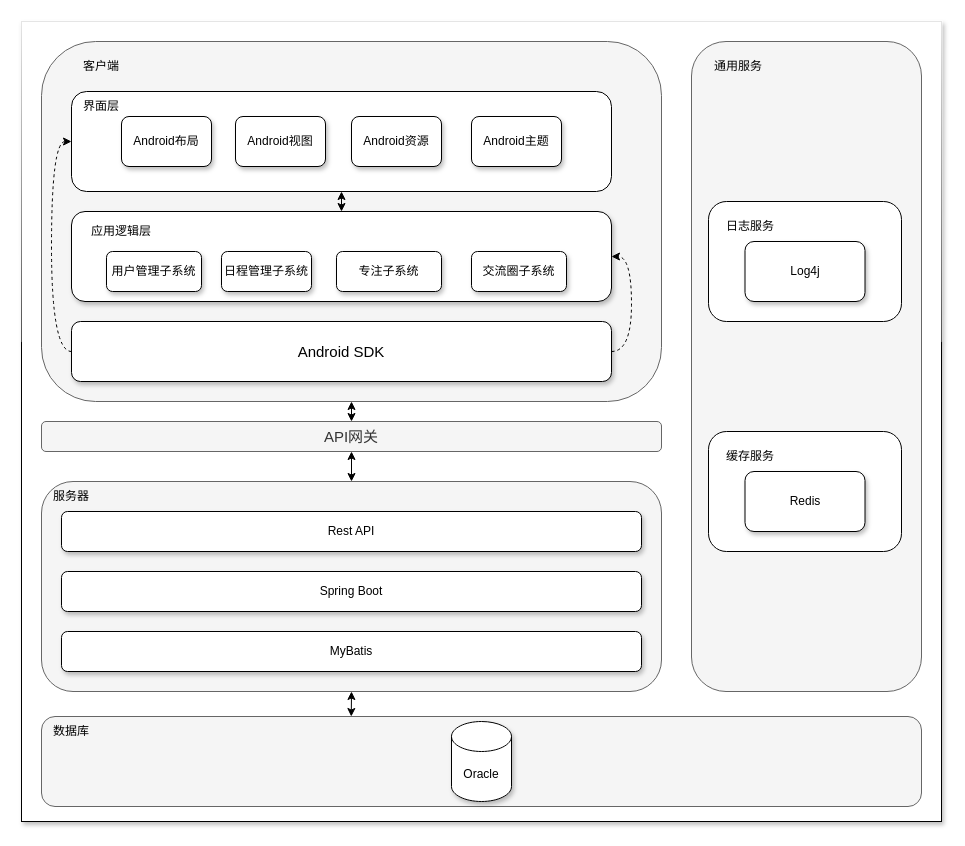
Before: assignment3/diagram/platform_dependent_architecture/platform-architecture.drawio in luxingzhi27/Tongji_SAD_2023_project, a draw.io diagram. Source tidied: cells renumbered, new cells numbered last; positions are measured from the earlier drawing's top-left corner, leaving out a move shared by most shapes. Both pictures are drawn from the tidied source at 100%, with x=0, y=0 at pixel (21, 21).
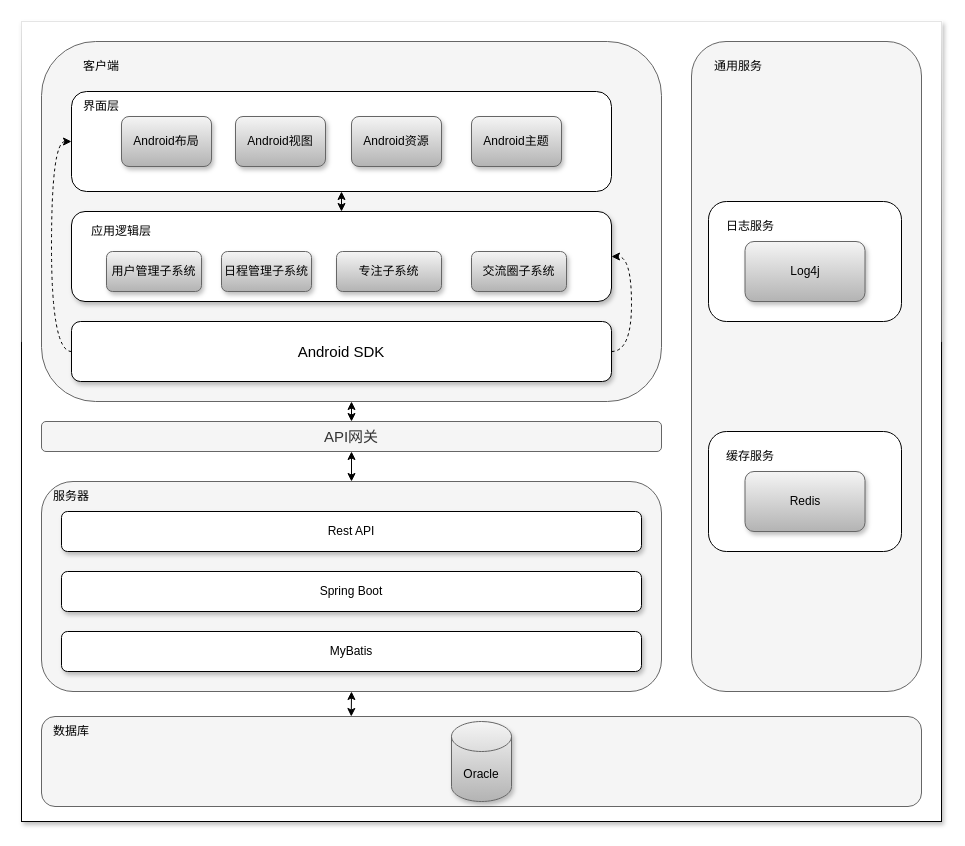
The same page after the edit.

Unchanged cells that the change refers to:
```xml
<mxCell id="7" style="group;" parent="1" vertex="1">
  <mxGeometry x="50" y="140" width="540" height="140" as="geometry" />
</mxCell>
<mxCell id="14" style="group;shadow=1;" parent="1" vertex="1">
  <mxGeometry x="50" y="70" width="540" height="100" as="geometry" />
</mxCell>
<mxCell id="33" style="group;" parent="1" vertex="1">
  <mxGeometry x="687" y="180" width="193" height="120" as="geometry" />
</mxCell>
<mxCell id="37" style="group;" parent="1" vertex="1">
  <mxGeometry x="687" y="410" width="193" height="120" as="geometry" />
</mxCell>
```

What changed in the source:
```diff
@@
-    <mxCell id="10" value="用户管理子系统" style="rounded=1;whiteSpace=wrap;html=1;shadow=1;" parent="7" vertex="1">
+    <mxCell id="10" value="用户管理子系统" style="rounded=1;whiteSpace=wrap;html=1;shadow=1;fillColor=#f5f5f5;gradientColor=#b3b3b3;strokeColor=#666666;" parent="7" vertex="1">
       <mxGeometry x="35" y="90" width="95" height="40" as="geometry" />
     </mxCell>
-    <mxCell id="11" value="日程管理子系统" style="rounded=1;whiteSpace=wrap;html=1;shadow=1;" parent="7" vertex="1">
+    <mxCell id="11" value="日程管理子系统" style="rounded=1;whiteSpace=wrap;html=1;shadow=1;fillColor=#f5f5f5;gradientColor=#b3b3b3;strokeColor=#666666;" parent="7" vertex="1">
       <mxGeometry x="150" y="90" width="90" height="40" as="geometry" />
     </mxCell>
-    <mxCell id="12" value="专注子系统" style="rounded=1;whiteSpace=wrap;html=1;shadow=1;" parent="7" vertex="1">
+    <mxCell id="12" value="专注子系统" style="rounded=1;whiteSpace=wrap;html=1;shadow=1;fillColor=#f5f5f5;gradientColor=#b3b3b3;strokeColor=#666666;" parent="7" vertex="1">
       <mxGeometry x="265" y="90" width="105" height="40" as="geometry" />
     </mxCell>
-    <mxCell id="13" value="交流圈子系统" style="rounded=1;whiteSpace=wrap;html=1;shadow=1;" parent="7" vertex="1">
+    <mxCell id="13" value="交流圈子系统" style="rounded=1;whiteSpace=wrap;html=1;shadow=1;fillColor=#f5f5f5;gradientColor=#b3b3b3;strokeColor=#666666;" parent="7" vertex="1">
       <mxGeometry x="400" y="90" width="95" height="40" as="geometry" />
     </mxCell>
@@
-    <mxCell id="17" value="Android布局" style="rounded=1;whiteSpace=wrap;html=1;shadow=1;" parent="14" vertex="1">
+    <mxCell id="17" value="Android布局" style="rounded=1;whiteSpace=wrap;html=1;shadow=1;fillColor=#f5f5f5;strokeColor=#666666;gradientColor=#b3b3b3;gradientDirection=south;" parent="14" vertex="1">
       <mxGeometry x="50" y="25" width="90" height="50" as="geometry" />
     </mxCell>
-    <mxCell id="18" value="Android视图" style="rounded=1;whiteSpace=wrap;html=1;shadow=1;" parent="14" vertex="1">
+    <mxCell id="18" value="Android视图" style="rounded=1;whiteSpace=wrap;html=1;shadow=1;fillColor=#f5f5f5;gradientColor=#b3b3b3;strokeColor=#666666;" parent="14" vertex="1">
       <mxGeometry x="164" y="25" width="90" height="50" as="geometry" />
     </mxCell>
-    <mxCell id="19" value="Android资源" style="rounded=1;whiteSpace=wrap;html=1;shadow=1;" parent="14" vertex="1">
+    <mxCell id="19" value="Android资源" style="rounded=1;whiteSpace=wrap;html=1;shadow=1;fillColor=#f5f5f5;gradientColor=#b3b3b3;strokeColor=#666666;" parent="14" vertex="1">
       <mxGeometry x="280" y="25" width="90" height="50" as="geometry" />
     </mxCell>
-    <mxCell id="20" value="Android主题" style="rounded=1;whiteSpace=wrap;html=1;shadow=1;" parent="14" vertex="1">
+    <mxCell id="20" value="Android主题" style="rounded=1;whiteSpace=wrap;html=1;shadow=1;fillColor=#f5f5f5;gradientColor=#b3b3b3;strokeColor=#666666;" parent="14" vertex="1">
       <mxGeometry x="400" y="25" width="90" height="50" as="geometry" />
     </mxCell>
@@
-    <mxCell id="30" value="Oracle" style="shape=cylinder3;whiteSpace=wrap;html=1;boundedLbl=1;backgroundOutline=1;size=15;shadow=1;" parent="1" vertex="1">
+    <mxCell id="30" value="Oracle" style="shape=cylinder3;whiteSpace=wrap;html=1;boundedLbl=1;backgroundOutline=1;size=15;shadow=1;fillColor=#f5f5f5;gradientColor=#b3b3b3;strokeColor=#666666;" parent="1" vertex="1">
       <mxGeometry x="430" y="700" width="60" height="80" as="geometry" />
     </mxCell>
@@
-    <mxCell id="36" value="Log4j" style="rounded=1;whiteSpace=wrap;html=1;shadow=1;" parent="33" vertex="1">
+    <mxCell id="36" value="Log4j" style="rounded=1;whiteSpace=wrap;html=1;shadow=1;gradientColor=#b3b3b3;fillColor=#f5f5f5;strokeColor=#666666;" parent="33" vertex="1">
       <mxGeometry x="36.5" y="40" width="120" height="60" as="geometry" />
     </mxCell>
@@
-    <mxCell id="40" value="Redis" style="rounded=1;whiteSpace=wrap;html=1;shadow=1;" parent="37" vertex="1">
+    <mxCell id="40" value="Redis" style="rounded=1;whiteSpace=wrap;html=1;shadow=1;fillColor=#f5f5f5;gradientColor=#b3b3b3;strokeColor=#666666;" parent="37" vertex="1">
       <mxGeometry x="36.5" y="40" width="120" height="60" as="geometry" />
     </mxCell>
```
